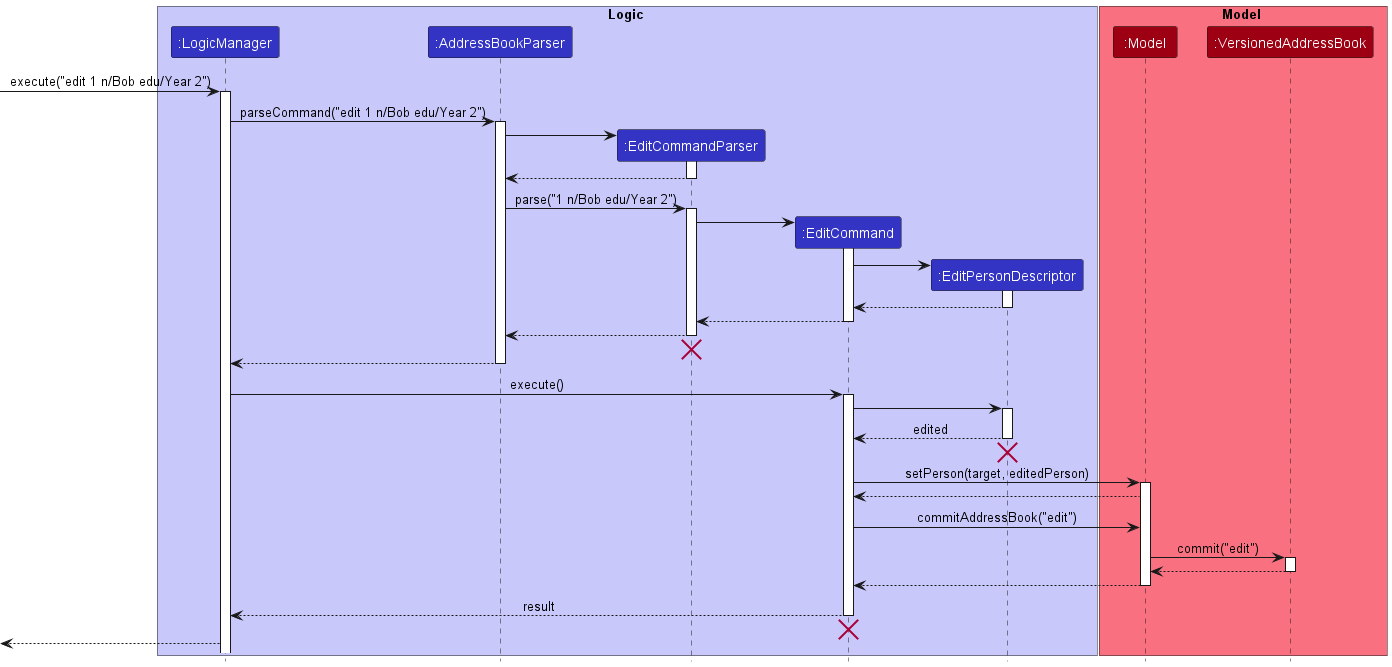
This is docs/images/EditSequenceDiagram.png from nus-cs2103-AY2223S2/tp, a PlantUML export, as it was before one commit.
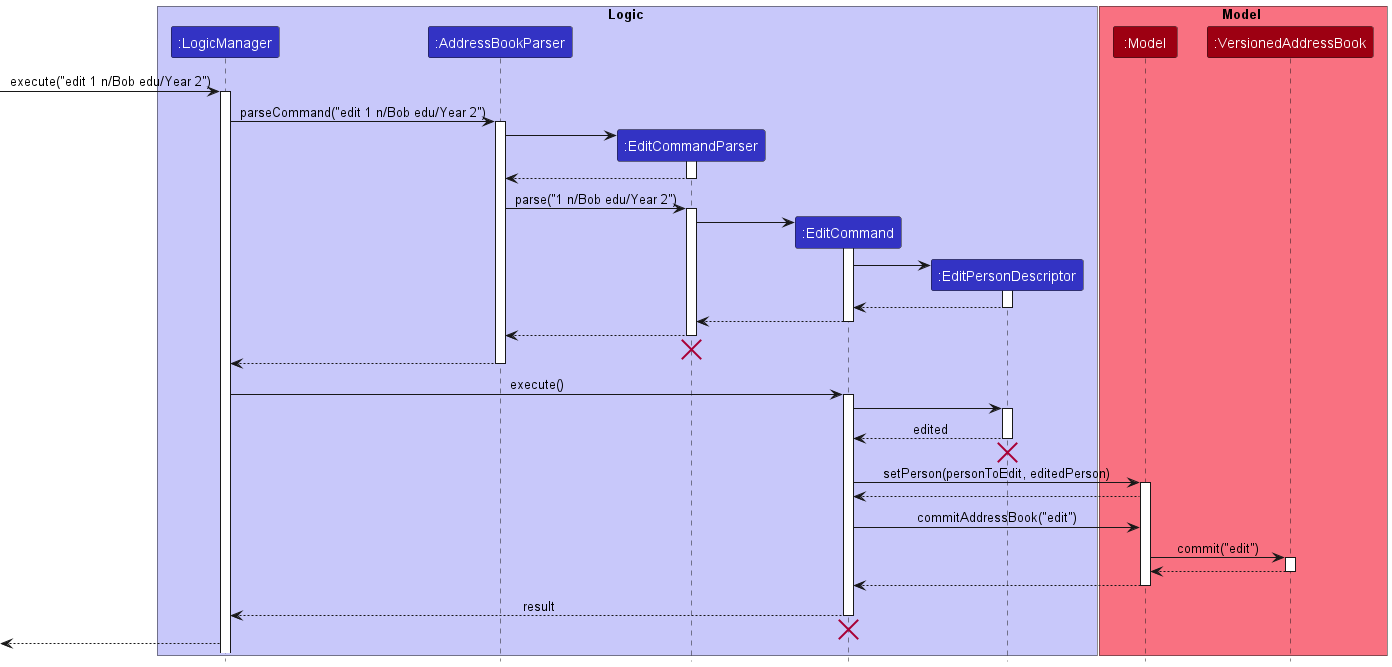
After the change.

Commit message:
Update editseqdiagram, remarksequence diagram and add to dg

Diff of the diagram source:
```diff
@@ -61,7 +61,7 @@
 Descriptor -[hidden]-> EditCommand
 destroy Descriptor
 
-EditCommand -> Model : setPerson(target, editedPerson)
+EditCommand -> Model : setPerson(personToEdit, editedPerson)
 activate Model
 
 Model --> EditCommand
```
